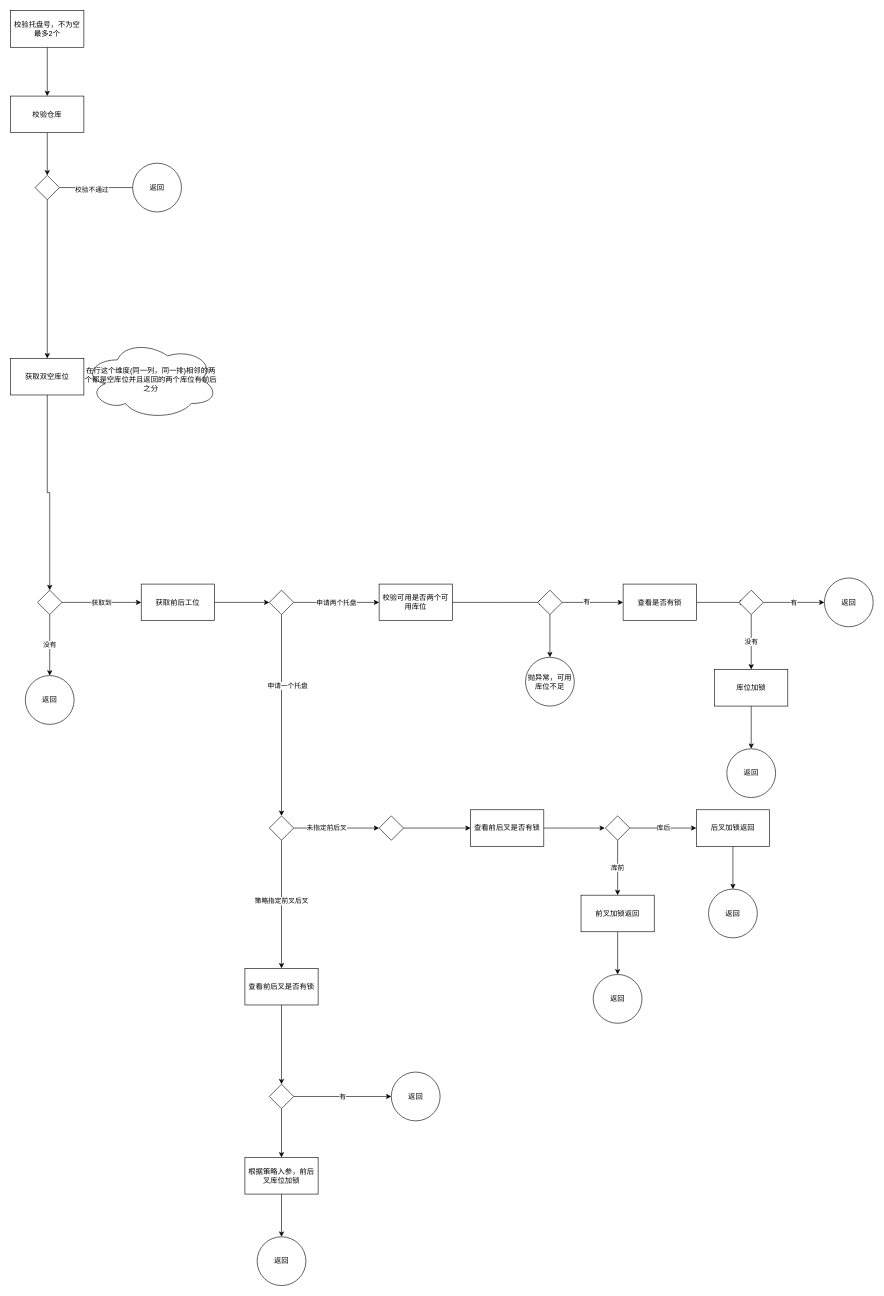
Above: 默认双工位入库分配策略(库前/库后).drawio in chenjunx/designpattern (draw.io), before the change. Source tidied: cells renumbered, new cells numbered last; positions are measured from the earlier drawing's top-left corner, leaving out a move shared by most shapes. Both pictures are drawn from the tidied source at 61%, with x=0, y=0 at pixel (10, 10).
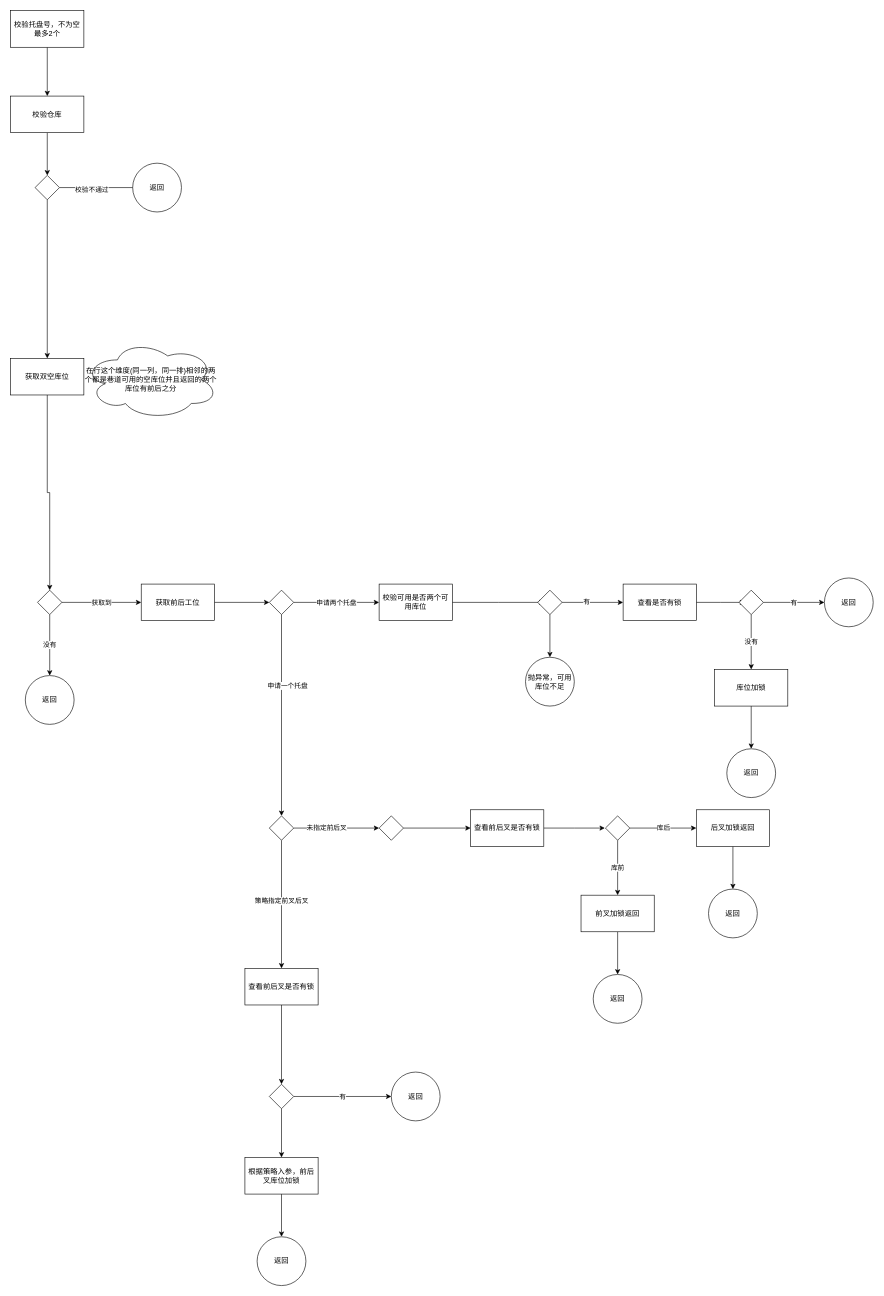
Above is the later version.

Diff of the diagram source:
```diff
@@
-    <mxCell id="61" value="在行这个维度(同一列，同一排)相邻的两个都是空库位并且返回的两个库位有前后之分" style="ellipse;shape=cloud;whiteSpace=wrap;html=1;" parent="1" vertex="1">
+    <mxCell id="61" value="在行这个维度(同一列，同一排)相邻的两个都是巷道可用的空库位并且返回的两个库位有前后之分" style="ellipse;shape=cloud;whiteSpace=wrap;html=1;" parent="1" vertex="1">
       <mxGeometry x="120" y="540" width="220" height="130" as="geometry" />
     </mxCell>
```
